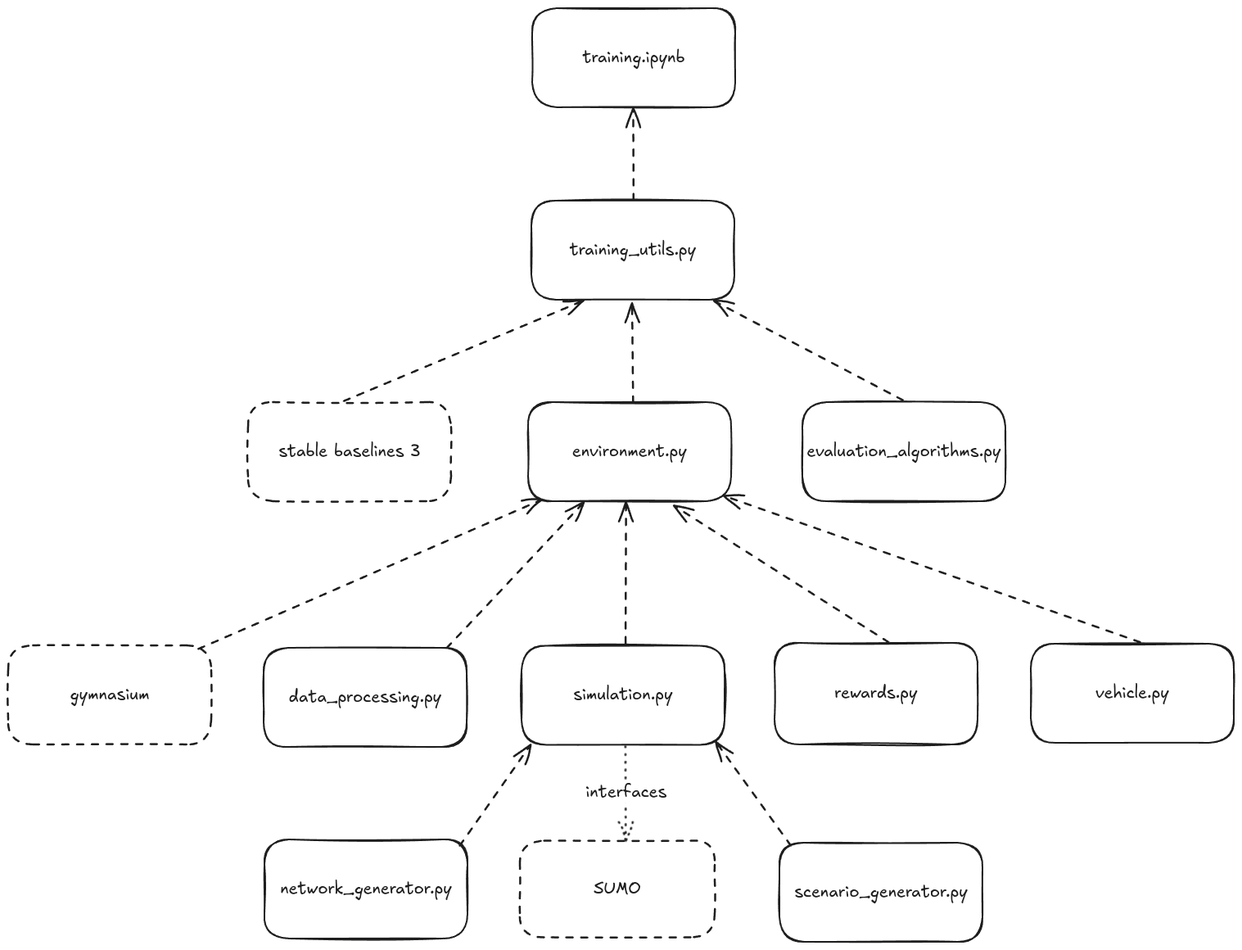
Earlier version of the Excalidraw export docs/figures/architecture.excalidraw.png (jonasspeiser/evcsr-rl-prototype). Source tidied: one line per element, renumbered; positions are measured from the earlier drawing's top-left corner, leaving out a move shared by most shapes. Source of this version:
```json
{"id": 0, "type": "rectangle", "strokeColor": "#1e1e1e", "strokeWidth": 2, "strokeStyle": "dashed", "roughness": 1, "round": true, "x": 625, "y": 1016, "width": 238, "height": 118}
{"id": 1, "type": "text", "text": "SUMO", "strokeColor": "#1e1e1e", "strokeWidth": 2, "roughness": 1, "fontSize": 20, "fontFamily": 5, "textAlign": "center", "verticalAlign": "middle", "inside": 0, "x": 715, "y": 1063, "width": 58, "height": 25}
{"id": 2, "type": "rectangle", "strokeColor": "#1e1e1e", "strokeWidth": 2, "roughness": 1, "round": true, "x": 627, "y": 778, "width": 248, "height": 121}
{"id": 3, "type": "text", "text": "simulation.py", "strokeColor": "#1e1e1e", "strokeWidth": 2, "roughness": 1, "fontSize": 20, "fontFamily": 5, "textAlign": "center", "verticalAlign": "middle", "inside": 2, "x": 690, "y": 826, "width": 121, "height": 25}
{"id": 4, "type": "arrow", "strokeColor": "#1e1e1e", "strokeWidth": 2, "strokeStyle": "dotted", "roughness": 1, "endArrowhead": "arrow", "round": true, "from": 2, "to": 0, "x": 754, "y": 900, "width": 1, "height": 116, "points": [[0, 0], [1, 116]]}
{"id": 5, "type": "text", "text": "interfaces", "strokeColor": "#1e1e1e", "strokeWidth": 2, "strokeStyle": "dashed", "roughness": 1, "fontSize": 20, "fontFamily": 5, "textAlign": "center", "verticalAlign": "middle", "inside": 4, "x": 272, "y": 933, "width": 99, "height": 25}
{"id": 6, "type": "rectangle", "strokeColor": "#1e1e1e", "strokeWidth": 2, "roughness": 1, "round": true, "x": 635, "y": 481, "width": 248, "height": 121}
{"id": 7, "type": "text", "text": "environment.py", "strokeColor": "#1e1e1e", "strokeWidth": 2, "roughness": 1, "fontSize": 20, "fontFamily": 5, "textAlign": "center", "verticalAlign": "middle", "inside": 6, "x": 689, "y": 529, "width": 140, "height": 25}
{"id": 8, "type": "rectangle", "strokeColor": "#1e1e1e", "strokeWidth": 2, "roughness": 1, "round": true, "x": 639, "y": 235, "width": 248, "height": 121}
{"id": 9, "type": "text", "text": "training_utils.py", "strokeColor": "#1e1e1e", "strokeWidth": 2, "roughness": 1, "fontSize": 20, "fontFamily": 5, "textAlign": "center", "verticalAlign": "middle", "inside": 8, "x": 686, "y": 283, "width": 154, "height": 25}
{"id": 10, "type": "rectangle", "strokeColor": "#1e1e1e", "strokeWidth": 2, "strokeStyle": "dashed", "roughness": 1, "round": true, "x": 293, "y": 481, "width": 248, "height": 121}
{"id": 11, "type": "text", "text": "stable baselines 3", "strokeColor": "#1e1e1e", "strokeWidth": 2, "roughness": 1, "fontSize": 20, "fontFamily": 5, "textAlign": "center", "verticalAlign": "middle", "inside": 10, "x": 330, "y": 529, "width": 174, "height": 25}
{"id": 12, "type": "arrow", "strokeColor": "#1e1e1e", "strokeWidth": 2, "strokeStyle": "dashed", "roughness": 1, "endArrowhead": "arrow", "round": true, "from": 10, "to": 8, "x": 411, "y": 480, "width": 291, "height": 123, "points": [[0, 0], [291, -123]]}
{"id": 13, "type": "arrow", "strokeColor": "#1e1e1e", "strokeWidth": 2, "strokeStyle": "dashed", "roughness": 1, "endArrowhead": "arrow", "round": true, "from": 2, "to": 6, "x": 755, "y": 776, "width": 1, "height": 173, "points": [[0, 0], [-1, -173]]}
{"id": 14, "type": "arrow", "strokeColor": "#1e1e1e", "strokeWidth": 2, "strokeStyle": "dashed", "roughness": 1, "endArrowhead": "arrow", "round": true, "from": 6, "to": 8, "x": 763, "y": 482, "width": 2, "height": 121, "points": [[0, 0], [-2, -121]]}
{"id": 15, "type": "rectangle", "strokeColor": "#1e1e1e", "strokeWidth": 2, "roughness": 1, "round": true, "x": 313, "y": 1015, "width": 248, "height": 121}
{"id": 16, "type": "text", "text": "network_generator.py", "strokeColor": "#1e1e1e", "strokeWidth": 2, "roughness": 1, "fontSize": 20, "fontFamily": 5, "textAlign": "center", "verticalAlign": "middle", "inside": 15, "x": 332, "y": 1063, "width": 209, "height": 25}
{"id": 17, "type": "rectangle", "strokeColor": "#1e1e1e", "strokeWidth": 2, "roughness": 1, "round": true, "x": 936, "y": 775, "width": 248, "height": 124}
{"id": 18, "type": "text", "text": "rewards.py", "strokeColor": "#1e1e1e", "strokeWidth": 2, "roughness": 1, "fontSize": 20, "fontFamily": 5, "textAlign": "center", "verticalAlign": "middle", "inside": 17, "x": 1009, "y": 824, "width": 101, "height": 25}
{"id": 19, "type": "rectangle", "strokeColor": "#1e1e1e", "strokeWidth": 2, "roughness": 1, "round": true, "x": 942, "y": 1019, "width": 248, "height": 121}
{"id": 20, "type": "text", "text": "scenario_generator.py", "strokeColor": "#1e1e1e", "strokeWidth": 2, "roughness": 1, "fontSize": 20, "fontFamily": 5, "textAlign": "center", "verticalAlign": "middle", "inside": 19, "x": 960, "y": 1067, "width": 212, "height": 25}
{"id": 21, "type": "rectangle", "strokeColor": "#1e1e1e", "strokeWidth": 2, "roughness": 1, "round": true, "x": 312, "y": 781, "width": 248, "height": 121}
{"id": 22, "type": "text", "text": "data_processing.py", "strokeColor": "#1e1e1e", "strokeWidth": 2, "roughness": 1, "fontSize": 20, "fontFamily": 5, "textAlign": "center", "verticalAlign": "middle", "inside": 21, "x": 343, "y": 829, "width": 186, "height": 25}
{"id": 23, "type": "rectangle", "strokeColor": "#1e1e1e", "strokeWidth": 2, "roughness": 1, "round": true, "x": 970, "y": 481, "width": 248, "height": 121}
{"id": 24, "type": "text", "text": "evaluation_algorithms.py", "strokeColor": "#1e1e1e", "strokeWidth": 2, "roughness": 1, "fontSize": 20, "fontFamily": 5, "textAlign": "center", "verticalAlign": "middle", "inside": 23, "x": 976, "y": 529, "width": 237, "height": 25}
{"id": 25, "type": "arrow", "strokeColor": "#1e1e1e", "strokeWidth": 2, "strokeStyle": "dashed", "roughness": 1, "endArrowhead": "arrow", "round": true, "from": 19, "to": 2, "x": 955, "y": 1022, "width": 92, "height": 125, "points": [[0, 0], [-92, -125]]}
{"id": 26, "type": "arrow", "strokeColor": "#1e1e1e", "strokeWidth": 2, "strokeStyle": "dashed", "roughness": 1, "endArrowhead": "arrow", "round": true, "from": 21, "to": 6, "x": 536, "y": 780, "width": 167, "height": 178, "points": [[0, 0], [167, -178]]}
{"id": 27, "type": "arrow", "strokeColor": "#1e1e1e", "strokeWidth": 2, "strokeStyle": "dashed", "roughness": 1, "endArrowhead": "arrow", "round": true, "from": 17, "to": 6, "x": 1076, "y": 775, "width": 262, "height": 167, "points": [[0, 0], [-262, -167]]}
{"id": 28, "type": "arrow", "strokeColor": "#1e1e1e", "strokeWidth": 2, "strokeStyle": "dashed", "roughness": 1, "endArrowhead": "arrow", "round": true, "from": 23, "to": 8, "x": 1092, "y": 478, "width": 229, "height": 122, "points": [[0, 0], [-229, -122]]}
{"id": 29, "type": "arrow", "strokeColor": "#1e1e1e", "strokeWidth": 2, "strokeStyle": "dashed", "roughness": 1, "endArrowhead": "arrow", "round": true, "from": 15, "to": 2, "x": 551, "y": 1022, "width": 88, "height": 123, "points": [[0, 0], [88, -123]]}
{"id": 30, "type": "rectangle", "strokeColor": "#1e1e1e", "strokeWidth": 2, "roughness": 1, "round": true, "x": 1249, "y": 776, "width": 248, "height": 121}
{"id": 31, "type": "text", "text": "vehicle.py", "strokeColor": "#1e1e1e", "strokeWidth": 2, "roughness": 1, "fontSize": 20, "fontFamily": 5, "textAlign": "center", "verticalAlign": "middle", "inside": 30, "x": 1328, "y": 824, "width": 90, "height": 25}
{"id": 32, "type": "arrow", "strokeColor": "#1e1e1e", "strokeWidth": 2, "strokeStyle": "dashed", "roughness": 1, "endArrowhead": "arrow", "round": true, "from": 30, "to": 6, "x": 1383, "y": 775, "width": 508, "height": 179, "points": [[0, 0], [-508, -179]]}
{"id": 33, "type": "rectangle", "strokeColor": "#1e1e1e", "strokeWidth": 2, "strokeStyle": "dashed", "roughness": 1, "round": true, "x": 0, "y": 778, "width": 248, "height": 121}
{"id": 34, "type": "text", "text": "gymnasium", "strokeColor": "#1e1e1e", "strokeWidth": 2, "roughness": 1, "fontSize": 20, "fontFamily": 5, "textAlign": "center", "verticalAlign": "middle", "inside": 33, "x": 76, "y": 826, "width": 97, "height": 25}
{"id": 35, "type": "arrow", "strokeColor": "#1e1e1e", "strokeWidth": 2, "strokeStyle": "dashed", "roughness": 1, "endArrowhead": "arrow", "round": true, "from": 33, "to": 6, "x": 232, "y": 782, "width": 421, "height": 182, "points": [[0, 0], [421, -182]]}
{"id": 36, "type": "rectangle", "strokeColor": "#1e1e1e", "strokeWidth": 2, "roughness": 1, "round": true, "x": 640, "y": 0, "width": 248, "height": 121}
{"id": 37, "type": "text", "text": "training.ipynb", "strokeColor": "#1e1e1e", "strokeWidth": 2, "roughness": 1, "fontSize": 20, "fontFamily": 5, "textAlign": "center", "verticalAlign": "middle", "inside": 36, "x": 701, "y": 48, "width": 125, "height": 25}
{"id": 38, "type": "arrow", "strokeColor": "#1e1e1e", "strokeWidth": 2, "strokeStyle": "dashed", "roughness": 1, "endArrowhead": "arrow", "round": true, "from": 8, "to": 36, "x": 763, "y": 234, "width": 2, "height": 113, "points": [[0, 0], [2, -113]]}
```
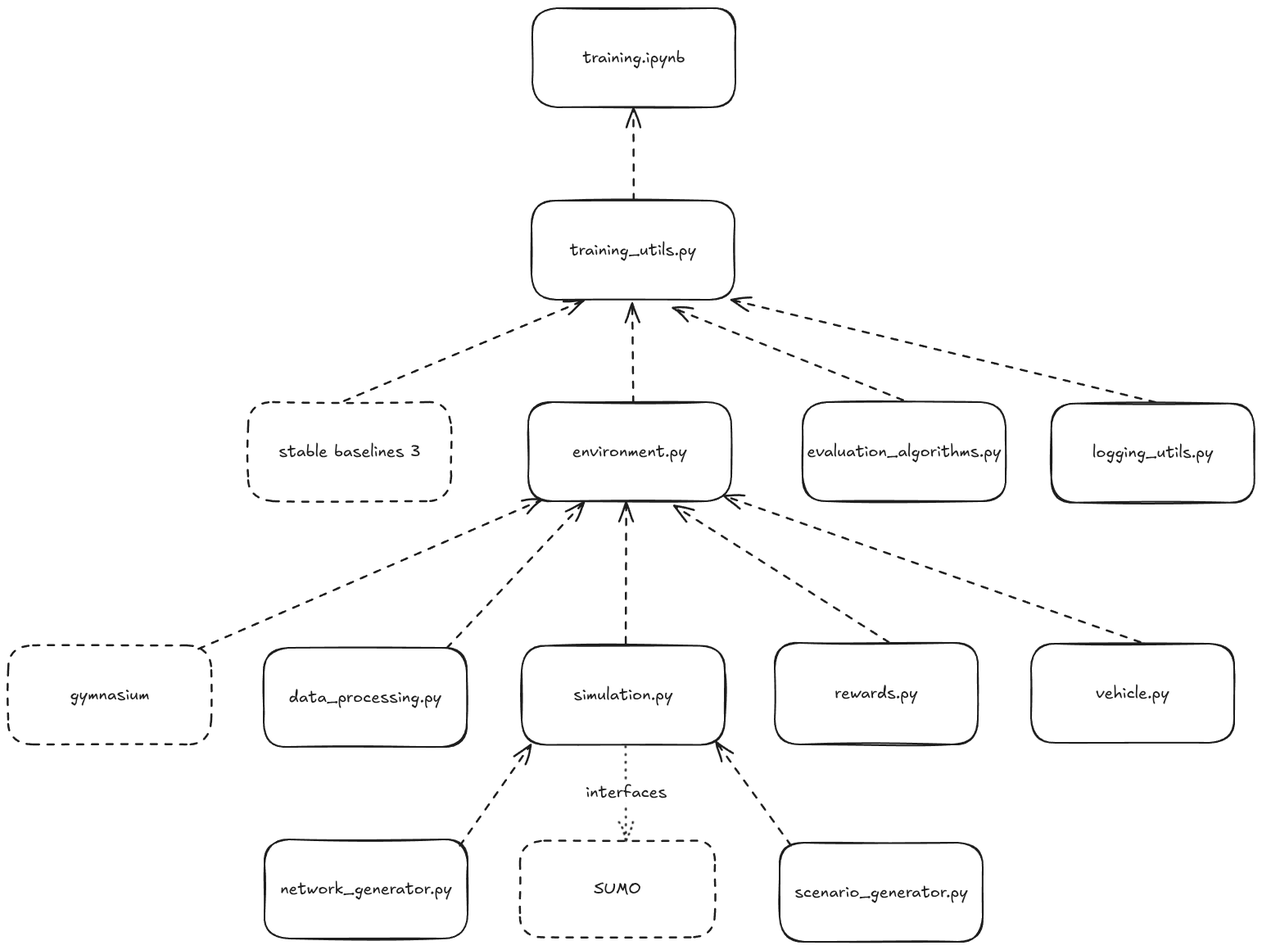
The same file after the commit.

Commit message:
Refactor: Separated Logging logic further

Diff of the diagram source:
```diff
@@ -26,7 +26,7 @@
 {"id": 25, "type": "arrow", "strokeColor": "#1e1e1e", "strokeWidth": 2, "strokeStyle": "dashed", "roughness": 1, "endArrowhead": "arrow", "round": true, "from": 19, "to": 2, "x": 955, "y": 1022, "width": 92, "height": 125, "points": [[0, 0], [-92, -125]]}
 {"id": 26, "type": "arrow", "strokeColor": "#1e1e1e", "strokeWidth": 2, "strokeStyle": "dashed", "roughness": 1, "endArrowhead": "arrow", "round": true, "from": 21, "to": 6, "x": 536, "y": 780, "width": 167, "height": 178, "points": [[0, 0], [167, -178]]}
 {"id": 27, "type": "arrow", "strokeColor": "#1e1e1e", "strokeWidth": 2, "strokeStyle": "dashed", "roughness": 1, "endArrowhead": "arrow", "round": true, "from": 17, "to": 6, "x": 1076, "y": 775, "width": 262, "height": 167, "points": [[0, 0], [-262, -167]]}
-{"id": 28, "type": "arrow", "strokeColor": "#1e1e1e", "strokeWidth": 2, "strokeStyle": "dashed", "roughness": 1, "endArrowhead": "arrow", "round": true, "from": 23, "to": 8, "x": 1092, "y": 478, "width": 229, "height": 122, "points": [[0, 0], [-229, -122]]}
+{"id": 28, "type": "arrow", "strokeColor": "#1e1e1e", "strokeWidth": 2, "strokeStyle": "dashed", "roughness": 1, "endArrowhead": "arrow", "round": true, "from": 23, "to": 8, "x": 1092, "y": 478, "width": 280, "height": 113, "points": [[0, 0], [-280, -113]]}
 {"id": 29, "type": "arrow", "strokeColor": "#1e1e1e", "strokeWidth": 2, "strokeStyle": "dashed", "roughness": 1, "endArrowhead": "arrow", "round": true, "from": 15, "to": 2, "x": 551, "y": 1022, "width": 88, "height": 123, "points": [[0, 0], [88, -123]]}
 {"id": 30, "type": "rectangle", "strokeColor": "#1e1e1e", "strokeWidth": 2, "roughness": 1, "round": true, "x": 1249, "y": 776, "width": 248, "height": 121}
 {"id": 31, "type": "text", "text": "vehicle.py", "strokeColor": "#1e1e1e", "strokeWidth": 2, "roughness": 1, "fontSize": 20, "fontFamily": 5, "textAlign": "center", "verticalAlign": "middle", "inside": 30, "x": 1328, "y": 824, "width": 90, "height": 25}
@@ -37,3 +37,6 @@
 {"id": 36, "type": "rectangle", "strokeColor": "#1e1e1e", "strokeWidth": 2, "roughness": 1, "round": true, "x": 640, "y": 0, "width": 248, "height": 121}
 {"id": 37, "type": "text", "text": "training.ipynb", "strokeColor": "#1e1e1e", "strokeWidth": 2, "roughness": 1, "fontSize": 20, "fontFamily": 5, "textAlign": "center", "verticalAlign": "middle", "inside": 36, "x": 701, "y": 48, "width": 125, "height": 25}
 {"id": 38, "type": "arrow", "strokeColor": "#1e1e1e", "strokeWidth": 2, "strokeStyle": "dashed", "roughness": 1, "endArrowhead": "arrow", "round": true, "from": 8, "to": 36, "x": 763, "y": 234, "width": 2, "height": 113, "points": [[0, 0], [2, -113]]}
+{"id": 39, "type": "rectangle", "strokeColor": "#1e1e1e", "strokeWidth": 2, "roughness": 1, "round": true, "x": 1274, "y": 483, "width": 248, "height": 121}
+{"id": 40, "type": "text", "text": "logging_utils.py", "strokeColor": "#1e1e1e", "strokeWidth": 2, "roughness": 1, "fontSize": 20, "fontFamily": 5, "textAlign": "center", "verticalAlign": "middle", "inside": 39, "x": 1324, "y": 531, "width": 148, "height": 25}
+{"id": 41, "type": "arrow", "strokeColor": "#1e1e1e", "strokeWidth": 2, "strokeStyle": "dashed", "roughness": 1, "endArrowhead": "arrow", "round": true, "from": 39, "to": 8, "x": 1402, "y": 482, "width": 519, "height": 126, "points": [[0, 0], [-519, -126]]}
```
